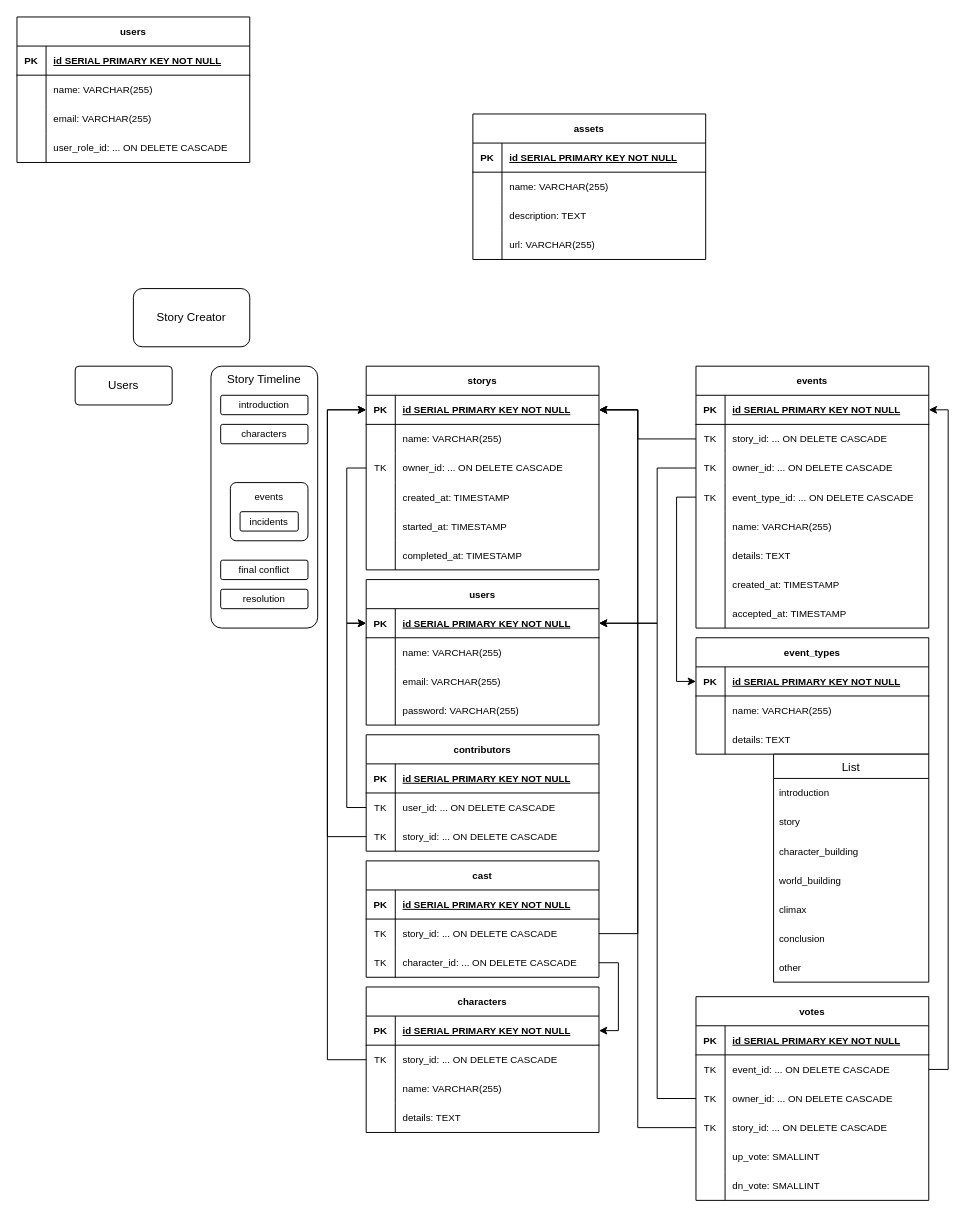
The draw.io diagram db/erd/story_creator.drawio in navycuda/story_creator, before the edit. Source tidied: cells renumbered, new cells numbered last; positions are measured from the earlier drawing's top-left corner, leaving out a move shared by most shapes. Both pictures are drawn from the tidied source at 97%, with x=0, y=0 at pixel (16, 16).
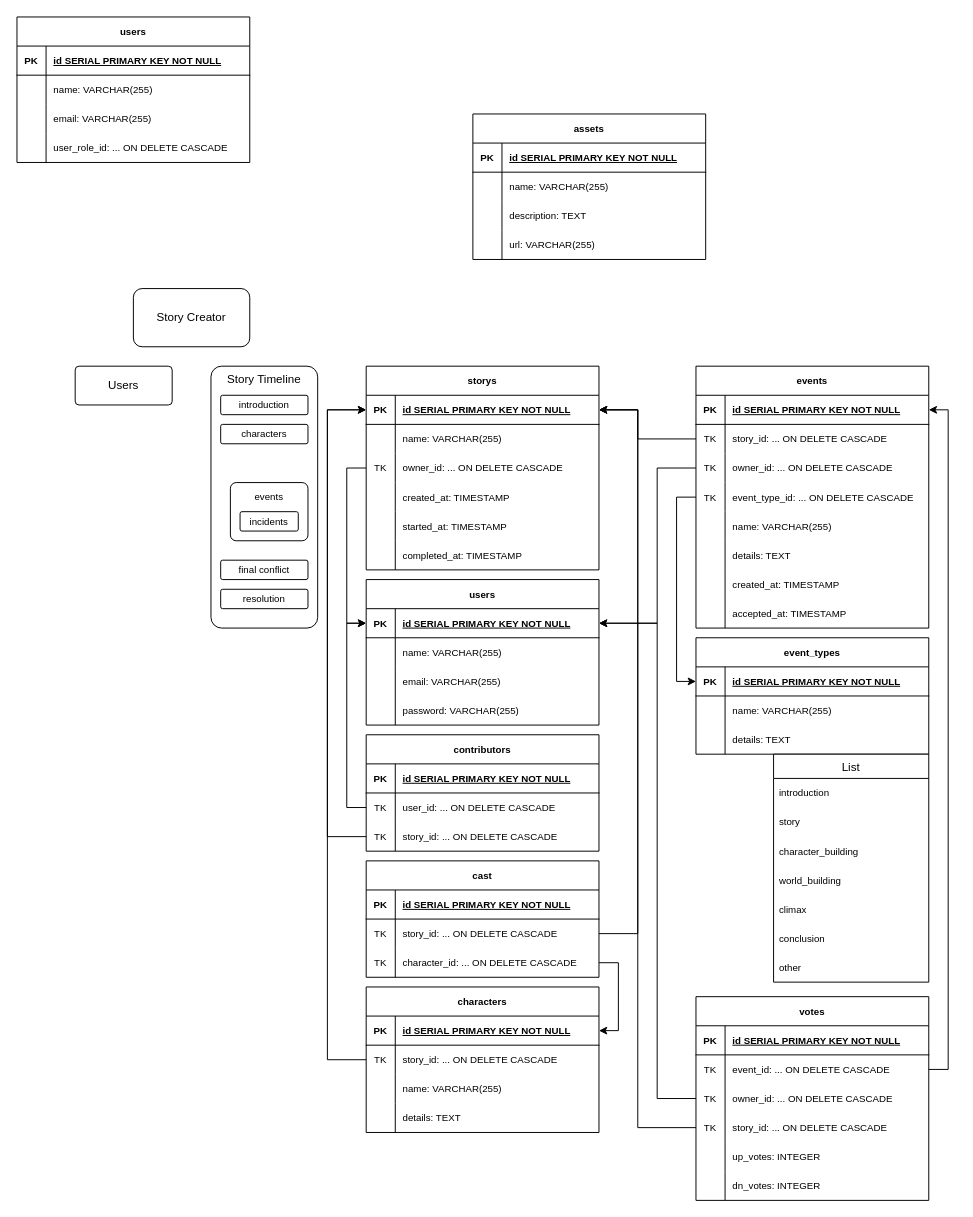
The same page after the edit.

Commit message:
Change votes field values

Unchanged cells that the change refers to:
```xml
<mxCell id="153" style="shape=tableRow;horizontal=0;startSize=0;swimlaneHead=0;swimlaneBody=0;fillColor=none;top=0;left=0;right=0;bottom=0;fontSize=10;" parent="140" vertex="1">
  <mxGeometry y="150" width="240" height="30" as="geometry" />
</mxCell>
<mxCell id="156" style="shape=tableRow;horizontal=0;startSize=0;swimlaneHead=0;swimlaneBody=0;fillColor=none;top=0;left=0;right=0;bottom=0;fontSize=10;" parent="140" vertex="1">
  <mxGeometry y="180" width="240" height="30" as="geometry" />
</mxCell>
```

Diff of the diagram source:
```diff
@@
-    <mxCell id="155" value="up_vote: SMALLINT" style="shape=partialRectangle;fillColor=none;top=0;left=0;bottom=0;right=0;align=left;spacingLeft=6;overflow=hidden;fontSize=10;" parent="153" vertex="1">
+    <mxCell id="155" value="up_votes: INTEGER" style="shape=partialRectangle;fillColor=none;top=0;left=0;bottom=0;right=0;align=left;spacingLeft=6;overflow=hidden;fontSize=10;" parent="153" vertex="1">
       <mxGeometry x="30" width="210" height="30" as="geometry" />
     </mxCell>
@@
-    <mxCell id="158" value="dn_vote: SMALLINT" style="shape=partialRectangle;fillColor=none;top=0;left=0;bottom=0;right=0;align=left;spacingLeft=6;overflow=hidden;fontSize=10;" parent="156" vertex="1">
+    <mxCell id="158" value="dn_votes: INTEGER" style="shape=partialRectangle;fillColor=none;top=0;left=0;bottom=0;right=0;align=left;spacingLeft=6;overflow=hidden;fontSize=10;" parent="156" vertex="1">
       <mxGeometry x="30" width="210" height="30" as="geometry" />
     </mxCell>
```
